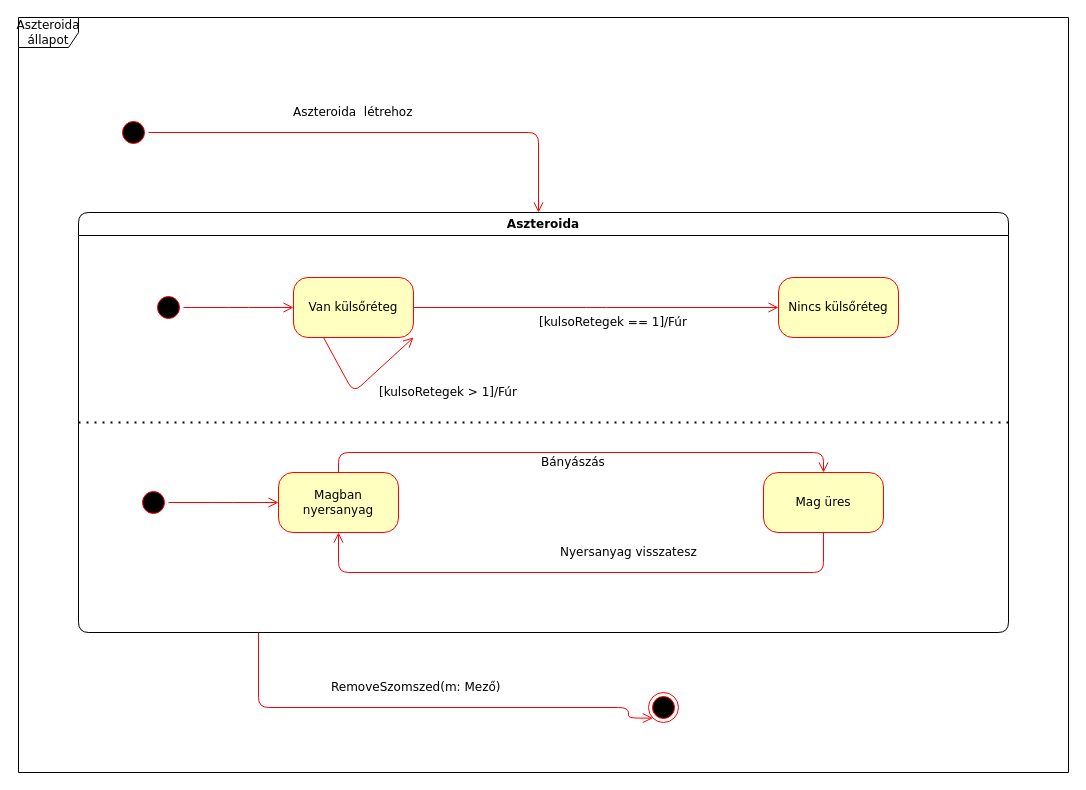
Above: doc/uml/Aszteroida_allapot.drawio in torpeBoiGo/aszteroidabanyaszat (draw.io), before the change. Source tidied: cells renumbered, new cells numbered last; positions are measured from the earlier drawing's top-left corner, leaving out a move shared by most shapes. Both pictures are drawn from the tidied source at 100%, with x=0, y=0 at pixel (18, 17).
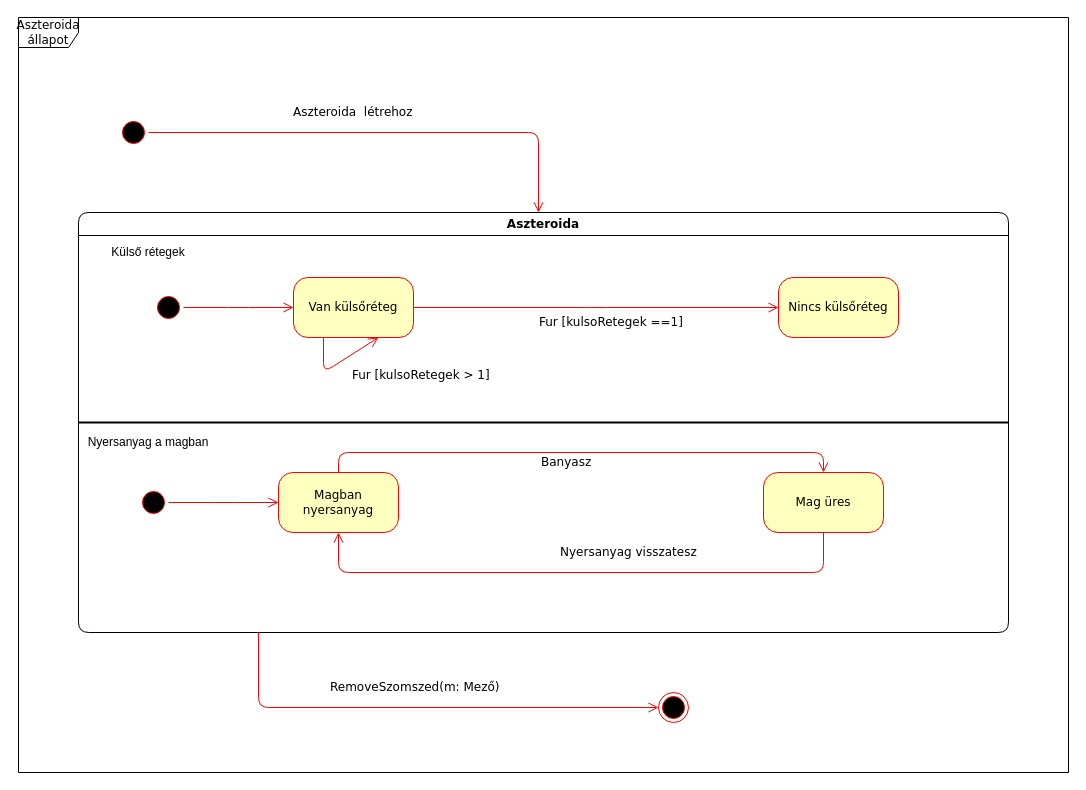
The same page after the edit.

The change refers to these unchanged cells:
```xml
<mxCell id="6" value="Nincs külsőréteg" style="rounded=1;whiteSpace=wrap;html=1;arcSize=24;fillColor=#ffffc0;strokeColor=#ff0000;shadow=0;comic=0;labelBackgroundColor=none;fontFamily=Verdana;fontSize=12;fontColor=#000000;align=center;" parent="1" vertex="1">
  <mxGeometry x="760" y="260" width="120" height="60" as="geometry" />
</mxCell>
<mxCell id="8" value="Aszteroida" style="swimlane;whiteSpace=wrap;html=1;rounded=1;shadow=0;comic=0;labelBackgroundColor=none;strokeWidth=1;fontFamily=Verdana;fontSize=12;align=center;" parent="1" vertex="1">
  <mxGeometry x="60" y="195" width="930" height="420" as="geometry" />
</mxCell>
<mxCell id="11" value="Van külsőréteg" style="rounded=1;whiteSpace=wrap;html=1;arcSize=24;fillColor=#ffffc0;strokeColor=#ff0000;shadow=0;comic=0;labelBackgroundColor=none;fontFamily=Verdana;fontSize=12;fontColor=#000000;align=center;" parent="8" vertex="1">
  <mxGeometry x="215" y="65" width="120" height="60" as="geometry" />
</mxCell>
<mxCell id="14" value="Mag üres" style="rounded=1;whiteSpace=wrap;html=1;arcSize=24;fillColor=#ffffc0;strokeColor=#ff0000;shadow=0;comic=0;labelBackgroundColor=none;fontFamily=Verdana;fontSize=12;fontColor=#000000;align=center;" parent="1" vertex="1">
  <mxGeometry x="745" y="455" width="120" height="60" as="geometry" />
</mxCell>
<mxCell id="17" value="Magban nyersanyag" style="rounded=1;whiteSpace=wrap;html=1;arcSize=24;fillColor=#ffffc0;strokeColor=#ff0000;shadow=0;comic=0;labelBackgroundColor=none;fontFamily=Verdana;fontSize=12;fontColor=#000000;align=center;" parent="1" vertex="1">
  <mxGeometry x="260" y="455" width="120" height="60" as="geometry" />
</mxCell>
```

The edit, as a diff of the source:
```diff
@@
-    <mxCell id="5" value="[kulsoRetegek == 1]/Fúr" style="edgeStyle=elbowEdgeStyle;html=1;labelBackgroundColor=none;endArrow=open;endSize=8;strokeColor=#ff0000;fontFamily=Verdana;fontSize=12;align=left;exitX=1;exitY=0.5;exitDx=0;exitDy=0;" parent="1" edge="1" source="11" target="6">
+    <mxCell id="5" value="Fur [kulsoRetegek ==1]" style="edgeStyle=elbowEdgeStyle;html=1;labelBackgroundColor=none;endArrow=open;endSize=8;strokeColor=#ff0000;fontFamily=Verdana;fontSize=12;align=left;exitX=1;exitY=0.5;exitDx=0;exitDy=0;" parent="1" edge="1" source="11" target="6">
       <mxGeometry x="-0.32" y="-15" relative="1" as="geometry" />
     </mxCell>
@@
-    <mxCell id="7" style="endArrow=none;dashed=1;html=1;dashPattern=1 3;strokeWidth=2;exitX=0;exitY=0.5;exitDx=0;exitDy=0;entryX=1;entryY=0.5;entryDx=0;entryDy=0;" parent="1" edge="1" source="8" target="8">
+    <mxCell id="7" style="endArrow=none;html=1;strokeWidth=2;exitX=0;exitY=0.5;exitDx=0;exitDy=0;entryX=1;entryY=0.5;entryDx=0;entryDy=0;" parent="1" edge="1" source="8" target="8">
       <mxGeometry relative="1" as="geometry" />
     </mxCell>
@@
-    <mxCell id="12" value="[kulsoRetegek &amp;gt; 1]/Fúr" style="edgeStyle=elbowEdgeStyle;html=1;labelBackgroundColor=none;endArrow=open;endSize=8;strokeColor=#ff0000;fontFamily=Verdana;fontSize=12;align=left;exitX=0.25;exitY=1;exitDx=0;exitDy=0;entryX=1;entryY=1;entryDx=0;entryDy=0;" parent="8" edge="1" source="11" target="11">
+    <mxCell id="12" value="Fur [kulsoRetegek &amp;gt; 1]" style="edgeStyle=elbowEdgeStyle;html=1;labelBackgroundColor=none;endArrow=open;endSize=8;strokeColor=#ff0000;fontFamily=Verdana;fontSize=12;align=left;exitX=0.25;exitY=1;exitDx=0;exitDy=0;" parent="8" edge="1" source="11">
       <mxGeometry x="0.13" y="-17" relative="1" as="geometry">
+        <mxPoint x="300" y="125" as="targetPoint" />
         <Array as="points">
-          <mxPoint x="275" y="180" />
+          <mxPoint x="245" y="160" />
+          <mxPoint x="275" y="160" />
         </Array>
         <mxPoint x="-1" as="offset" />
       </mxGeometry>
     </mxCell>
-    <mxCell id="13" value="Bányászás" style="edgeStyle=elbowEdgeStyle;html=1;labelBackgroundColor=none;endArrow=open;endSize=8;strokeColor=#ff0000;fontFamily=Verdana;fontSize=12;align=left;exitX=0.5;exitY=0;exitDx=0;exitDy=0;" parent="1" edge="1" source="17" target="14">
+    <mxCell id="13" value="Banyasz" style="edgeStyle=elbowEdgeStyle;html=1;labelBackgroundColor=none;endArrow=open;endSize=8;strokeColor=#ff0000;fontFamily=Verdana;fontSize=12;align=left;exitX=0.5;exitY=0;exitDx=0;exitDy=0;" parent="1" edge="1" source="17" target="14">
       <mxGeometry x="-0.16" y="-10" relative="1" as="geometry">
         <Array as="points">
           <mxPoint x="520" y="435" />
         </Array>
       </mxGeometry>
     </mxCell>
@@
-    <mxCell id="19" value="RemoveSzomszed(m: Mező)" style="edgeStyle=orthogonalEdgeStyle;html=1;labelBackgroundColor=none;endArrow=open;endSize=8;strokeColor=#ff0000;fontFamily=Verdana;fontSize=12;align=left;entryX=0;entryY=1;entryDx=0;entryDy=0;" parent="1" edge="1" target="20">
+    <mxCell id="19" value="RemoveSzomszed(m: Mező)" style="edgeStyle=orthogonalEdgeStyle;html=1;labelBackgroundColor=none;endArrow=open;endSize=8;strokeColor=#ff0000;fontFamily=Verdana;fontSize=12;align=left;entryX=0;entryY=0.5;entryDx=0;entryDy=0;" parent="1" edge="1" target="20">
       <mxGeometry x="-0.39" y="20" relative="1" as="geometry">
         <mxPoint x="240" y="615" as="sourcePoint" />
         <Array as="points">
           <mxPoint x="240" y="690" />
-          <mxPoint x="610" y="690" />
-          <mxPoint x="610" y="701" />
         </Array>
       </mxGeometry>
     </mxCell>
     <mxCell id="20" style="ellipse;html=1;shape=endState;fillColor=#000000;strokeColor=#ff0000;rounded=1;shadow=0;comic=0;labelBackgroundColor=none;fontFamily=Verdana;fontSize=12;fontColor=#000000;align=center;" parent="1" vertex="1">
-      <mxGeometry x="630" y="675" width="30" height="30" as="geometry" />
+      <mxGeometry x="640" y="675" width="30" height="30" as="geometry" />
     </mxCell>
+    <mxCell id="21" value="Külső rétegek" style="text;html=1;strokeColor=none;fillColor=none;align=center;verticalAlign=middle;whiteSpace=wrap;rounded=0;" parent="1" vertex="1">
+      <mxGeometry x="60" y="225" width="140" height="20" as="geometry" />
+    </mxCell>
+    <mxCell id="22" value="Nyersanyag a magban" style="text;html=1;strokeColor=none;fillColor=none;align=center;verticalAlign=middle;whiteSpace=wrap;rounded=0;" parent="1" vertex="1">
+      <mxGeometry x="60" y="415" width="140" height="20" as="geometry" />
+    </mxCell>
```
